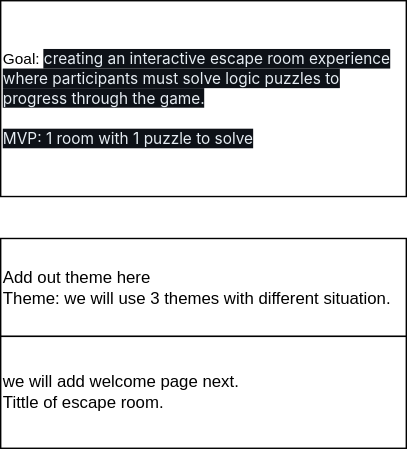
This is ker-escape-room.drawio.svg from SchoolOfCode/escape-room-hackathon-koding-exceptional-repo-s, a draw.io export, as it was before one commit. Source tidied: cells renumbered, new cells last; positions are measured from the earlier drawing's top-left corner, leaving out a move shared by most shapes.
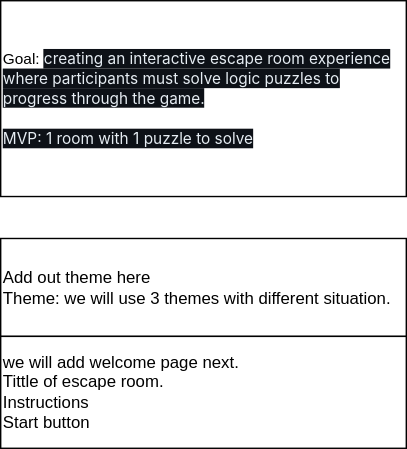
After the commit.

Commit message:
added welcome page

The edit, as a diff of the source:
```diff
@@ -8,7 +8,7 @@
     <mxCell id="3" value="Add out theme here&lt;br&gt;Theme: we will use 3 themes with different situation." style="rounded=0;whiteSpace=wrap;html=1;align=left;" parent="1" vertex="1">
       <mxGeometry y="170" width="290" height="70" as="geometry" />
     </mxCell>
-    <mxCell id="4" value="we will add welcome page next.&lt;br&gt;Tittle of escape room.&lt;br&gt;" style="rounded=0;whiteSpace=wrap;html=1;align=left;" parent="1" vertex="1">
+    <mxCell id="4" value="we will add welcome page next.&lt;br&gt;Tittle of escape room.&lt;br&gt;Instructions&lt;br&gt;Start button" style="rounded=0;whiteSpace=wrap;html=1;align=left;" parent="1" vertex="1">
       <mxGeometry y="240" width="290" height="80" as="geometry" />
     </mxCell>
   </root>
```
